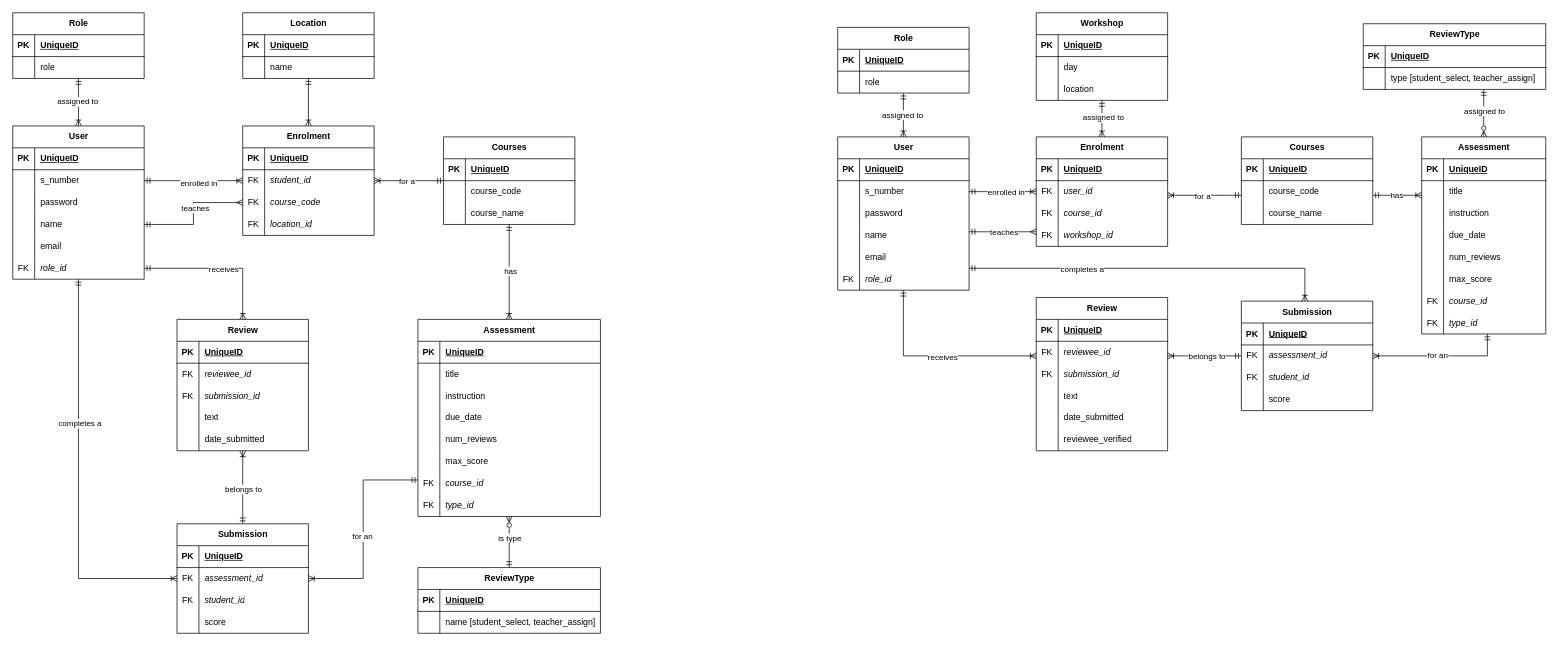
Above: documentation/ERD.drawio in pieter-dutoit/wad-milestone-2 (draw.io), before the change. Source tidied: cells renumbered, new cells numbered last; positions are measured from the earlier drawing's top-left corner, leaving out a move shared by most shapes. Both pictures are drawn from the tidied source at 73%, with x=0, y=0 at pixel (12, 12).
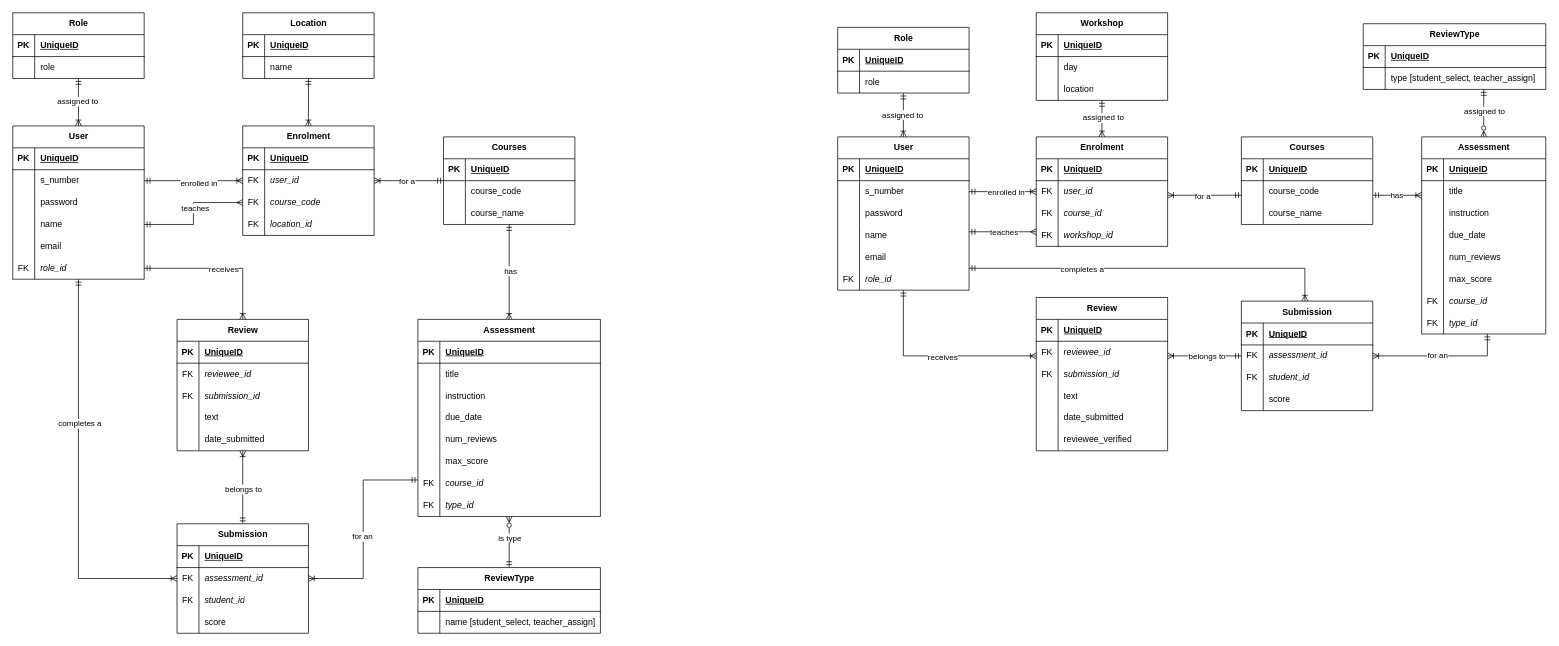
After the change.

The change refers to these unchanged cells:
```xml
<mxCell id="43" style="shape=tableRow;horizontal=0;startSize=0;swimlaneHead=0;swimlaneBody=0;fillColor=none;top=0;left=0;right=0;bottom=0;" parent="39" vertex="1">
  <mxGeometry y="60" width="180" height="30" as="geometry" />
</mxCell>
```

What changed in the source:
```diff
@@
-    <mxCell id="45" value="&lt;i&gt;student_id&amp;nbsp;&lt;/i&gt;" style="shape=partialRectangle;fillColor=none;top=0;left=0;bottom=0;right=0;align=left;spacingLeft=6;overflow=hidden;whiteSpace=wrap;html=1;" parent="43" vertex="1">
+    <mxCell id="45" value="&lt;i&gt;user_id&amp;nbsp;&lt;/i&gt;" style="shape=partialRectangle;fillColor=none;top=0;left=0;bottom=0;right=0;align=left;spacingLeft=6;overflow=hidden;whiteSpace=wrap;html=1;" parent="43" vertex="1">
       <mxGeometry x="30" width="150" height="30" as="geometry" />
     </mxCell>
```
